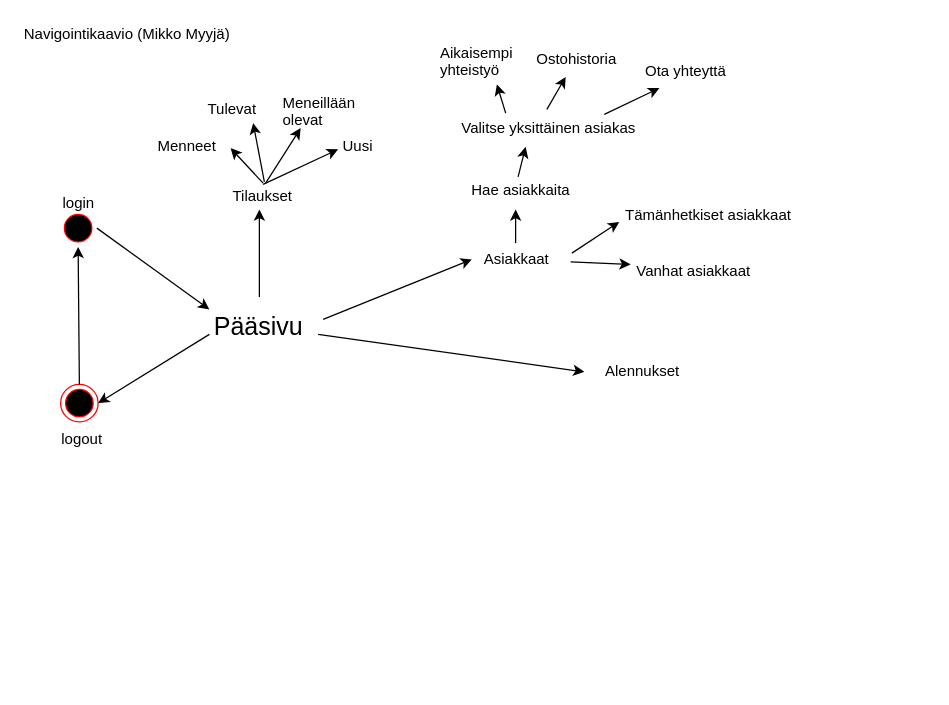
This is harjoitustyo/images/Navigointikaavio (myyjä).drawio from siikanen/jotu-2019, a draw.io file, before an edit. Source tidied: cells renumbered, new cells numbered last; positions are measured from the earlier drawing's top-left corner, leaving out a move shared by most shapes. Both pictures are drawn from the tidied source at 125%, with x=0, y=0 at pixel (21, 21).
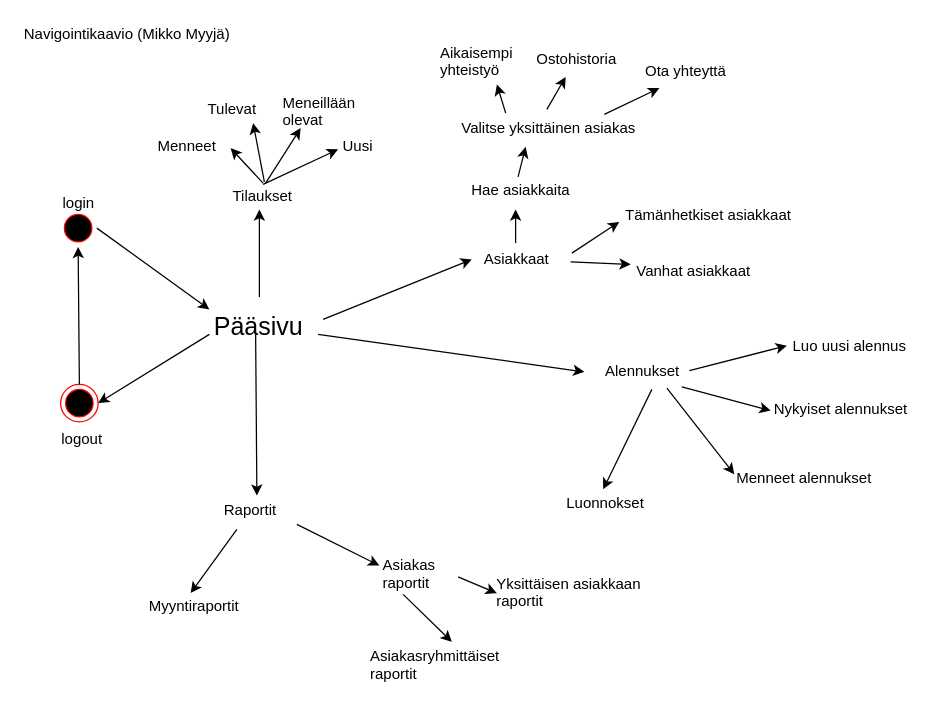
The same page after the edit.

Commit message:
päivitetty myyjän navigointikaavio luonnoksen mukaiseksi

The change refers to these unchanged cells:
```xml
<mxCell id="10" value="&lt;font style=&quot;font-size: 20px&quot;&gt;Pääsivu&lt;/font&gt;" style="text;html=1;points=[];align=left;verticalAlign=top;spacingTop=-4;" parent="1" vertex="1">
  <mxGeometry x="152" y="229" width="90" height="20" as="geometry" />
</mxCell>
<mxCell id="38" value="Alennukset" style="text;html=1;points=[];align=left;verticalAlign=top;spacingTop=-4;" parent="1" vertex="1">
  <mxGeometry x="465" y="270" width="70" height="20" as="geometry" />
</mxCell>
```

Change to the diagram source:
```diff
@@
+    <mxCell id="39" value="Luo uusi alennus" style="text;html=1;points=[];align=left;verticalAlign=top;spacingTop=-4;" parent="1" vertex="1">
+      <mxGeometry x="615" y="250" width="110" height="20" as="geometry" />
+    </mxCell>
+    <mxCell id="40" value="Nykyiset alennukset" style="text;html=1;points=[];align=left;verticalAlign=top;spacingTop=-4;" parent="1" vertex="1">
+      <mxGeometry x="600" y="300" width="120" height="20" as="geometry" />
+    </mxCell>
+    <mxCell id="41" style="endArrow=classic;html=1;exitX=0.557;exitY=1.2;exitDx=0;exitDy=0;exitPerimeter=0;entryX=0.388;entryY=-0.05;entryDx=0;entryDy=0;entryPerimeter=0;" parent="1" edge="1" source="38" target="43">
+      <mxGeometry relative="1" as="geometry" />
+    </mxCell>
+    <mxCell id="42" value="Menneet alennukset" style="text;html=1;points=[];align=left;verticalAlign=top;spacingTop=-4;" parent="1" vertex="1">
+      <mxGeometry x="570" y="355" width="130" height="20" as="geometry" />
+    </mxCell>
+    <mxCell id="43" value="Luonnokset" style="text;html=1;points=[];align=left;verticalAlign=top;spacingTop=-4;" parent="1" vertex="1">
+      <mxGeometry x="434" y="375" width="80" height="20" as="geometry" />
+    </mxCell>
+    <mxCell id="44" style="endArrow=classic;html=1;entryX=-0.027;entryY=0.45;entryDx=0;entryDy=0;entryPerimeter=0;" parent="1" edge="1" target="39">
+      <mxGeometry relative="1" as="geometry">
+        <mxPoint x="534" y="279" as="sourcePoint" />
+      </mxGeometry>
+    </mxCell>
+    <mxCell id="45" style="endArrow=classic;html=1;exitX=0.9;exitY=1.1;exitDx=0;exitDy=0;exitPerimeter=0;entryX=-0.008;entryY=0.55;entryDx=0;entryDy=0;entryPerimeter=0;" parent="1" edge="1" source="38" target="40">
+      <mxGeometry relative="1" as="geometry" />
+    </mxCell>
+    <mxCell id="46" style="endArrow=classic;html=1;exitX=0.729;exitY=1.15;exitDx=0;exitDy=0;exitPerimeter=0;entryX=0;entryY=0.35;entryDx=0;entryDy=0;entryPerimeter=0;" parent="1" edge="1" source="38" target="42">
+      <mxGeometry relative="1" as="geometry" />
+    </mxCell>
+    <mxCell id="47" value="Raportit" style="text;html=1;points=[];align=left;verticalAlign=top;spacingTop=-4;" parent="1" vertex="1">
+      <mxGeometry x="160" y="381" width="60" height="20" as="geometry" />
+    </mxCell>
+    <mxCell id="48" style="endArrow=classic;html=1;exitX=0.389;exitY=1.05;exitDx=0;exitDy=0;exitPerimeter=0;entryX=0.467;entryY=-0.1;entryDx=0;entryDy=0;entryPerimeter=0;" parent="1" edge="1" source="10" target="47">
+      <mxGeometry relative="1" as="geometry" />
+    </mxCell>
+    <mxCell id="49" style="endArrow=classic;html=1;exitX=1;exitY=1.05;exitDx=0;exitDy=0;exitPerimeter=0;entryX=-0.017;entryY=0.333;entryDx=0;entryDy=0;entryPerimeter=0;" parent="1" edge="1" source="47" target="50">
+      <mxGeometry relative="1" as="geometry" />
+    </mxCell>
+    <mxCell id="50" value="&lt;div&gt;Asiakas&lt;/div&gt;&lt;div&gt;raportit&lt;br&gt;&lt;/div&gt;" style="text;html=1;points=[];align=left;verticalAlign=top;spacingTop=-4;" parent="1" vertex="1">
+      <mxGeometry x="287" y="425" width="60" height="30" as="geometry" />
+    </mxCell>
+    <mxCell id="51" value="&lt;div&gt;Yksittäisen asiakkaan&lt;/div&gt;&lt;div&gt;raportit&lt;br&gt;&lt;/div&gt;" style="text;html=1;points=[];align=left;verticalAlign=top;spacingTop=-4;" parent="1" vertex="1">
+      <mxGeometry x="378" y="440" width="140" height="30" as="geometry" />
+    </mxCell>
+    <mxCell id="52" value="&lt;div&gt;Asiakasryhmittäiset&lt;/div&gt;&lt;div&gt;raportit&lt;br&gt;&lt;/div&gt;" style="text;html=1;points=[];align=left;verticalAlign=top;spacingTop=-4;" parent="1" vertex="1">
+      <mxGeometry x="277" y="498" width="120" height="30" as="geometry" />
+    </mxCell>
+    <mxCell id="53" style="endArrow=classic;html=1;entryX=0.014;entryY=0.567;entryDx=0;entryDy=0;entryPerimeter=0;exitX=1.033;exitY=0.633;exitDx=0;exitDy=0;exitPerimeter=0;" parent="1" edge="1" source="50" target="51">
+      <mxGeometry relative="1" as="geometry" />
+    </mxCell>
+    <mxCell id="54" style="endArrow=classic;html=1;exitX=0.3;exitY=1.1;exitDx=0;exitDy=0;exitPerimeter=0;entryX=0.558;entryY=-0.067;entryDx=0;entryDy=0;entryPerimeter=0;" parent="1" edge="1" source="50" target="52">
+      <mxGeometry relative="1" as="geometry" />
+    </mxCell>
+    <mxCell id="55" value="Myyntiraportit" style="text;html=1;points=[];align=left;verticalAlign=top;spacingTop=-4;" parent="1" vertex="1">
+      <mxGeometry x="100" y="458" width="90" height="20" as="geometry" />
+    </mxCell>
+    <mxCell id="56" style="endArrow=classic;html=1;exitX=0.2;exitY=1.25;exitDx=0;exitDy=0;exitPerimeter=0;entryX=0.389;entryY=-0.05;entryDx=0;entryDy=0;entryPerimeter=0;" parent="1" edge="1" source="47" target="55">
+      <mxGeometry relative="1" as="geometry" />
+    </mxCell>
```
